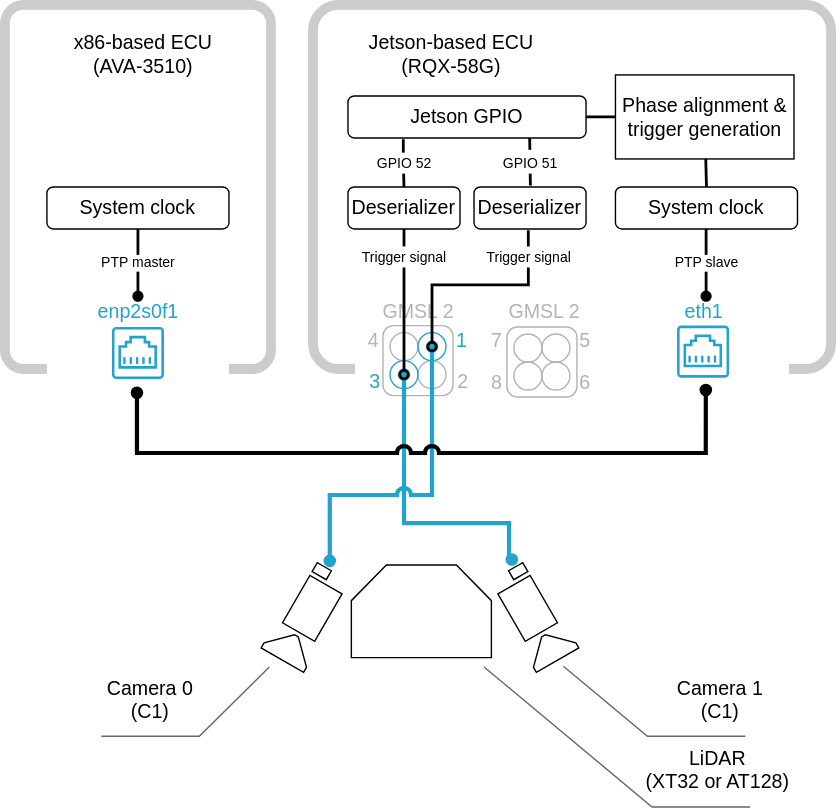
tier4/edge-auto keeps this draw.io diagram as docs/tutorials/figures/synchronization.drawio.svg. Above is the earlier version. Source tidied: cells renumbered, new cells last; positions are measured from the earlier drawing's top-left corner, leaving out a move shared by most shapes.
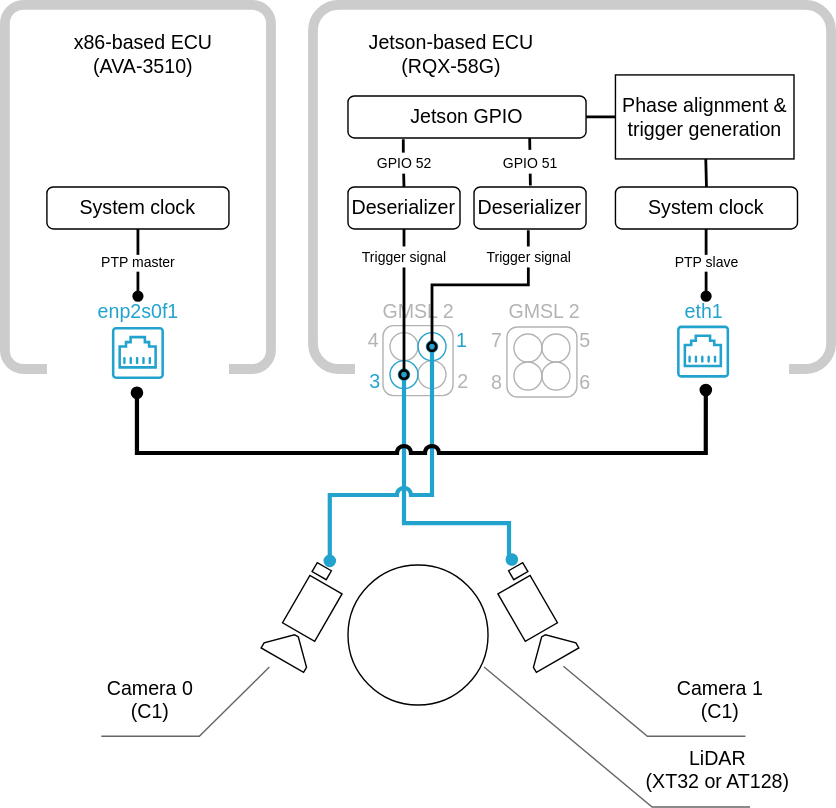
The same diagram one commit later.

Diff of the diagram source:
```diff
@@ -92,9 +92,6 @@
     <mxCell id="31" style="sketch=0;shadow=0;dashed=0;html=1;labelPosition=center;verticalLabelPosition=bottom;verticalAlign=top;align=center;shape=mxgraph.office.devices.video_camera;fontSize=24;direction=south;rotation=330;" parent="1" vertex="1">
       <mxGeometry x="359" y="400" width="35" height="72.8" as="geometry" />
     </mxCell>
-    <mxCell id="32" style="verticalLabelPosition=bottom;align=center;dashed=0;html=1;verticalAlign=top;shape=mxgraph.pid.misc.bin;rotation=-180;" parent="1" vertex="1">
-      <mxGeometry x="247.4" y="400" width="100" height="66.1" as="geometry" />
-    </mxCell>
     <mxCell id="33" value="&lt;div style=&quot;text-align: center; font-size: 14px;&quot;&gt;&lt;br&gt;&lt;/div&gt;" style="strokeWidth=1;shadow=0;dashed=0;align=center;html=1;shape=mxgraph.mockup.text.callout;linkText=;textSize=17;textColor=#666666;callDir=SW;callStyle=line;fontSize=14;fontColor=#000000;align=left;verticalAlign=bottom;strokeColor=#666666;" parent="1" vertex="1">
       <mxGeometry x="68.8" y="472.8" width="120" height="49.5" as="geometry" />
     </mxCell>
@@ -228,5 +225,8 @@
         </Array>
       </mxGeometry>
     </mxCell>
+    <mxCell id="61" style="ellipse;whiteSpace=wrap;html=1;" parent="1" vertex="1">
+      <mxGeometry x="245" y="400" width="100" height="100" as="geometry" />
+    </mxCell>
   </root>
 </mxGraphModel>
```
